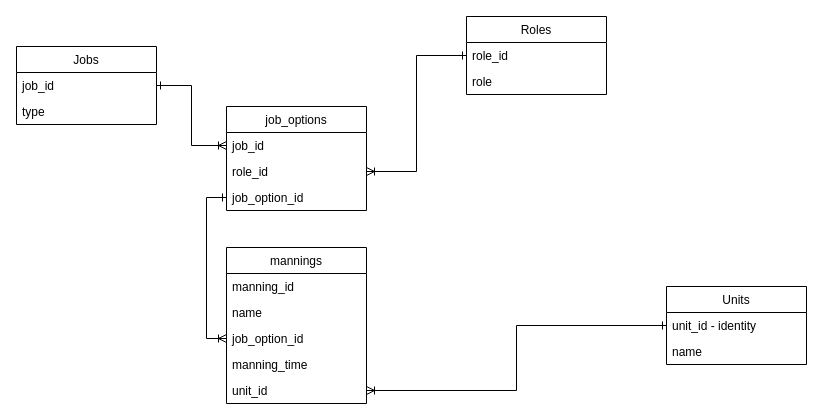
Earlier version of the draw.io diagram Untitled Diagram.drawio (romhayh/manners). Source tidied: cells renumbered, new cells numbered last; positions are measured from the earlier drawing's top-left corner, leaving out a move shared by most shapes. Both pictures are drawn from the tidied source at 100%, with x=0, y=0 at pixel (16, 16).
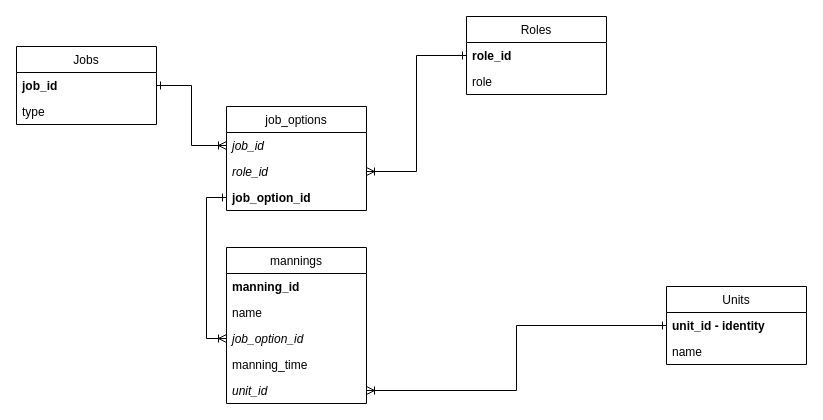
The same diagram, later.

Commit message:
added foreign key and pk

The change refers to these unchanged cells:
```xml
<mxCell id="2" value="Units" style="swimlane;fontStyle=0;horizontal=1;startSize=26;fillColor=none;" parent="1" vertex="1">
  <mxGeometry x="650" y="270" width="140" height="78" as="geometry" />
</mxCell>
<mxCell id="6" value="Jobs" style="swimlane;fontStyle=0;horizontal=1;startSize=26;fillColor=none;" parent="1" vertex="1">
  <mxGeometry y="30" width="140" height="78" as="geometry" />
</mxCell>
<mxCell id="9" value="Roles" style="swimlane;fontStyle=0;horizontal=1;startSize=26;fillColor=none;" parent="1" vertex="1">
  <mxGeometry x="450" width="140" height="78" as="geometry" />
</mxCell>
<mxCell id="12" value="mannings" style="swimlane;fontStyle=0;horizontal=1;startSize=26;fillColor=none;" parent="1" vertex="1">
  <mxGeometry x="210" y="231" width="140" height="156" as="geometry" />
</mxCell>
<mxCell id="18" value="job_options" style="swimlane;fontStyle=0;horizontal=1;startSize=26;fillColor=none;" parent="1" vertex="1">
  <mxGeometry x="210" y="90" width="140" height="104" as="geometry" />
</mxCell>
```

Diff of the diagram source:
```diff
@@
-    <mxCell id="3" value="unit_id - identity" style="text;strokeColor=none;fillColor=none;align=left;verticalAlign=top;spacingLeft=4;spacingRight=4;overflow=hidden;points=[[0,0.5],[1,0.5]];portConstraint=eastwest;" parent="2" vertex="1">
+    <mxCell id="3" value="unit_id - identity" style="text;strokeColor=none;fillColor=none;align=left;verticalAlign=top;spacingLeft=4;spacingRight=4;overflow=hidden;points=[[0,0.5],[1,0.5]];portConstraint=eastwest;fontStyle=1;" parent="2" vertex="1">
       <mxGeometry y="26" width="140" height="26" as="geometry" />
     </mxCell>
@@
-    <mxCell id="7" value="job_id" style="text;strokeColor=none;fillColor=none;align=left;verticalAlign=top;spacingLeft=4;spacingRight=4;overflow=hidden;points=[[0,0.5],[1,0.5]];portConstraint=eastwest;" parent="6" vertex="1">
+    <mxCell id="7" value="job_id" style="text;strokeColor=none;fillColor=none;align=left;verticalAlign=top;spacingLeft=4;spacingRight=4;overflow=hidden;points=[[0,0.5],[1,0.5]];portConstraint=eastwest;fontStyle=1;" parent="6" vertex="1">
       <mxGeometry y="26" width="140" height="26" as="geometry" />
     </mxCell>
@@
-    <mxCell id="10" value="role_id" style="text;strokeColor=none;fillColor=none;align=left;verticalAlign=top;spacingLeft=4;spacingRight=4;overflow=hidden;points=[[0,0.5],[1,0.5]];portConstraint=eastwest;" parent="9" vertex="1">
+    <mxCell id="10" value="role_id" style="text;strokeColor=none;fillColor=none;align=left;verticalAlign=top;spacingLeft=4;spacingRight=4;overflow=hidden;points=[[0,0.5],[1,0.5]];portConstraint=eastwest;fontStyle=1;" parent="9" vertex="1">
       <mxGeometry y="26" width="140" height="26" as="geometry" />
     </mxCell>
@@
-    <mxCell id="13" value="manning_id" style="text;strokeColor=none;fillColor=none;align=left;verticalAlign=top;spacingLeft=4;spacingRight=4;overflow=hidden;" parent="12" vertex="1">
+    <mxCell id="13" value="manning_id" style="text;strokeColor=none;fillColor=none;align=left;verticalAlign=top;spacingLeft=4;spacingRight=4;overflow=hidden;fontStyle=1;" parent="12" vertex="1">
       <mxGeometry y="26" width="140" height="26" as="geometry" />
     </mxCell>
@@
-    <mxCell id="15" value="job_option_id" style="text;strokeColor=none;fillColor=none;align=left;verticalAlign=top;spacingLeft=4;spacingRight=4;overflow=hidden;points=[[0,0.5],[1,0.5]];portConstraint=eastwest;" parent="12" vertex="1">
+    <mxCell id="15" value="job_option_id" style="text;strokeColor=none;fillColor=none;align=left;verticalAlign=top;spacingLeft=4;spacingRight=4;overflow=hidden;points=[[0,0.5],[1,0.5]];portConstraint=eastwest;fontStyle=2;" parent="12" vertex="1">
       <mxGeometry y="78" width="140" height="26" as="geometry" />
     </mxCell>
@@
-    <mxCell id="17" value="unit_id&#10;" style="text;strokeColor=none;fillColor=none;align=left;verticalAlign=top;spacingLeft=4;spacingRight=4;overflow=hidden;points=[[0,0.5],[1,0.5]];portConstraint=eastwest;" parent="12" vertex="1">
+    <mxCell id="17" value="unit_id&#10;" style="text;strokeColor=none;fillColor=none;align=left;verticalAlign=top;spacingLeft=4;spacingRight=4;overflow=hidden;points=[[0,0.5],[1,0.5]];portConstraint=eastwest;fontStyle=2;" parent="12" vertex="1">
       <mxGeometry y="130" width="140" height="26" as="geometry" />
     </mxCell>
@@
-    <mxCell id="19" value="job_id&#10;" style="text;strokeColor=none;fillColor=none;align=left;verticalAlign=top;spacingLeft=4;spacingRight=4;overflow=hidden;points=[[0,0.5],[1,0.5]];portConstraint=eastwest;" parent="18" vertex="1">
+    <mxCell id="19" value="job_id&#10;" style="text;strokeColor=none;fillColor=none;align=left;verticalAlign=top;spacingLeft=4;spacingRight=4;overflow=hidden;points=[[0,0.5],[1,0.5]];portConstraint=eastwest;fontStyle=2;" parent="18" vertex="1">
       <mxGeometry y="26" width="140" height="26" as="geometry" />
     </mxCell>
-    <mxCell id="20" value="role_id" style="text;strokeColor=none;fillColor=none;align=left;verticalAlign=top;spacingLeft=4;spacingRight=4;overflow=hidden;points=[[0,0.5],[1,0.5]];portConstraint=eastwest;" parent="18" vertex="1">
+    <mxCell id="20" value="role_id" style="text;strokeColor=none;fillColor=none;align=left;verticalAlign=top;spacingLeft=4;spacingRight=4;overflow=hidden;points=[[0,0.5],[1,0.5]];portConstraint=eastwest;fontStyle=2;" parent="18" vertex="1">
       <mxGeometry y="52" width="140" height="26" as="geometry" />
     </mxCell>
-    <mxCell id="21" value="job_option_id" style="text;strokeColor=none;fillColor=none;align=left;verticalAlign=top;spacingLeft=4;spacingRight=4;overflow=hidden;points=[[0,0.5],[1,0.5]];portConstraint=eastwest;" parent="18" vertex="1">
+    <mxCell id="21" value="job_option_id" style="text;strokeColor=none;fillColor=none;align=left;verticalAlign=top;spacingLeft=4;spacingRight=4;overflow=hidden;points=[[0,0.5],[1,0.5]];portConstraint=eastwest;fontStyle=1;" parent="18" vertex="1">
       <mxGeometry y="78" width="140" height="26" as="geometry" />
     </mxCell>
```
